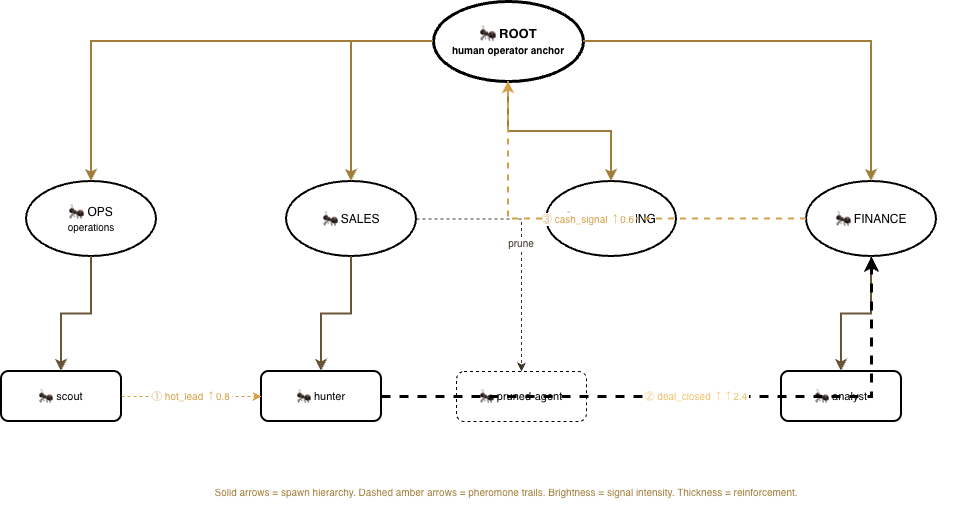
The draw.io diagram docs/diagrams/02-living-colony.png in Ranzim/ormica, before a commit. Source tidied: cells renumbered, new cells last; positions are measured from the earlier drawing's top-left corner, leaving out a move shared by most shapes. The source it was exported from:
```xml
<mxGraphModel>
  <root>
    <mxCell id="0" />
    <mxCell id="1" parent="0" />
    <mxCell id="2" value="🐜 ROOT&lt;br/&gt;&lt;font style='font-size:10px'&gt;human operator anchor&lt;/font&gt;" style="ellipse;whiteSpace=wrap;html=1;strokeWidth=3;fontSize=13;fontStyle=1;" parent="1" vertex="1">
      <mxGeometry x="432" width="150" height="80" as="geometry" />
    </mxCell>
    <mxCell id="3" value="🐜 OPS&lt;br/&gt;&lt;font style='font-size:10px'&gt;operations&lt;/font&gt;" style="ellipse;whiteSpace=wrap;html=1;strokeWidth=2;fontSize=12;" parent="1" vertex="1">
      <mxGeometry x="25" y="180" width="130" height="75" as="geometry" />
    </mxCell>
    <mxCell id="4" value="🐜 SALES" style="ellipse;whiteSpace=wrap;html=1;strokeWidth=2;fontSize=12;" parent="1" vertex="1">
      <mxGeometry x="285" y="180" width="130" height="75" as="geometry" />
    </mxCell>
    <mxCell id="5" value="🐜 MARKETING" style="ellipse;whiteSpace=wrap;html=1;strokeWidth=2;fontSize=12;" parent="1" vertex="1">
      <mxGeometry x="545" y="180" width="130" height="75" as="geometry" />
    </mxCell>
    <mxCell id="6" value="🐜 FINANCE" style="ellipse;whiteSpace=wrap;html=1;strokeWidth=2;fontSize=12;" parent="1" vertex="1">
      <mxGeometry x="805" y="180" width="130" height="75" as="geometry" />
    </mxCell>
    <mxCell id="7" style="edgeStyle=orthogonalEdgeStyle;rounded=0;strokeColor=#a07d3a;strokeWidth=2;fontColor=#a07d3a;" parent="1" edge="1" source="2" target="3">
      <mxGeometry relative="1" as="geometry" />
    </mxCell>
    <mxCell id="8" style="edgeStyle=orthogonalEdgeStyle;rounded=0;strokeColor=#a07d3a;strokeWidth=2;fontColor=#a07d3a;" parent="1" edge="1" source="2" target="4">
      <mxGeometry relative="1" as="geometry" />
    </mxCell>
    <mxCell id="9" style="edgeStyle=orthogonalEdgeStyle;rounded=0;strokeColor=#a07d3a;strokeWidth=2;fontColor=#a07d3a;" parent="1" edge="1" source="2" target="5">
      <mxGeometry relative="1" as="geometry" />
    </mxCell>
    <mxCell id="10" style="edgeStyle=orthogonalEdgeStyle;rounded=0;strokeColor=#a07d3a;strokeWidth=2;fontColor=#a07d3a;" parent="1" edge="1" source="2" target="6">
      <mxGeometry relative="1" as="geometry" />
    </mxCell>
    <mxCell id="11" value="🐜 scout" style="rounded=1;whiteSpace=wrap;html=1;strokeWidth=2;fontSize=11;" parent="1" vertex="1">
      <mxGeometry y="370" width="120" height="50" as="geometry" />
    </mxCell>
    <mxCell id="12" value="🐜 hunter" style="rounded=1;whiteSpace=wrap;html=1;strokeWidth=2;fontSize=11;" parent="1" vertex="1">
      <mxGeometry x="260" y="370" width="120" height="50" as="geometry" />
    </mxCell>
    <mxCell id="13" value="🐜 analyst" style="rounded=1;whiteSpace=wrap;html=1;strokeWidth=2;fontSize=11;" parent="1" vertex="1">
      <mxGeometry x="780" y="370" width="120" height="50" as="geometry" />
    </mxCell>
    <mxCell id="14" value="🐜 pruned-agent" style="rounded=1;whiteSpace=wrap;html=1;strokeWidth=1;fontSize=11;dashed=1;" parent="1" vertex="1">
      <mxGeometry x="455" y="370" width="130" height="50" as="geometry" />
    </mxCell>
    <mxCell id="15" style="edgeStyle=orthogonalEdgeStyle;rounded=0;strokeColor=#6b5538;strokeWidth=2;" parent="1" edge="1" source="3" target="11">
      <mxGeometry relative="1" as="geometry" />
    </mxCell>
    <mxCell id="16" style="edgeStyle=orthogonalEdgeStyle;rounded=0;strokeColor=#6b5538;strokeWidth=2;" parent="1" edge="1" source="4" target="12">
      <mxGeometry relative="1" as="geometry" />
    </mxCell>
    <mxCell id="17" style="edgeStyle=orthogonalEdgeStyle;rounded=0;strokeColor=#6b5538;strokeWidth=2;" parent="1" edge="1" source="6" target="13">
      <mxGeometry relative="1" as="geometry" />
    </mxCell>
    <mxCell id="18" value="prune" style="edgeStyle=orthogonalEdgeStyle;rounded=0;strokeColor=#3d3528;strokeWidth=1;dashed=1;fontColor=#3d3528;fontSize=10;" parent="1" edge="1" source="4" target="14">
      <mxGeometry relative="1" as="geometry" />
    </mxCell>
    <mxCell id="19" value="① hot_lead ↑0.8" style="edgeStyle=orthogonalEdgeStyle;rounded=0;strokeColor=#d4a04a;strokeWidth=1;dashed=1;fontColor=#d4a04a;fontSize=10;exitX=1;exitY=0.5;exitDx=0;exitDy=0;" parent="1" edge="1" source="11" target="12">
      <mxGeometry relative="1" as="geometry" />
    </mxCell>
    <mxCell id="20" value="② deal_closed ↑↑2.4" style="edgeStyle=orthogonalEdgeStyle;rounded=0;strokeWidth=3;dashed=1;fontColor=#f0c068;fontSize=10;" parent="1" edge="1" source="12" target="6">
      <mxGeometry relative="1" as="geometry" />
    </mxCell>
    <mxCell id="21" value="③ cash_signal ↑0.6" style="edgeStyle=orthogonalEdgeStyle;rounded=0;strokeColor=#d4a04a;strokeWidth=2;dashed=1;fontColor=#d4a04a;fontSize=10;" parent="1" edge="1" source="6" target="2">
      <mxGeometry relative="1" as="geometry" />
    </mxCell>
    <mxCell id="22" value="Solid arrows = spawn hierarchy. Dashed amber arrows = pheromone trails. Brightness = signal intensity. Thickness = reinforcement." style="text;html=1;strokeColor=none;fillColor=none;align=center;verticalAlign=middle;whiteSpace=wrap;rounded=0;fontSize=10;fontColor=#a07d3a;" parent="1" vertex="1">
      <mxGeometry x="55" y="470" width="900" height="40" as="geometry" />
    </mxCell>
  </root>
</mxGraphModel>
```
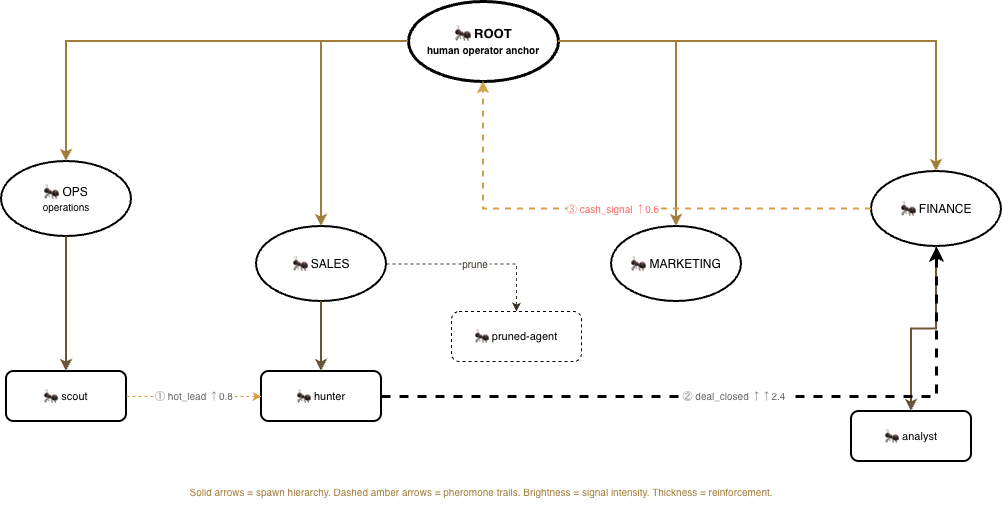
Later version of the same file.

Commit message:
docs: refresh living-colony hero diagram

Layout-only refresh of docs/diagrams/02-living-colony.png — MARKETING
is now a distinct department instead of overlapping FINANCE, and the
pruned-agent sits cleanly under SALES. All four numbered pheromone
trails preserved (① hot_lead, ② deal_closed, ③ cash_signal). Caption
in the README's "Living Colony" section still applies as written.

The edit, as a diff of the source:
```diff
@@ -6,16 +6,16 @@
       <mxGeometry x="432" width="150" height="80" as="geometry" />
     </mxCell>
     <mxCell id="3" value="🐜 OPS&lt;br/&gt;&lt;font style='font-size:10px'&gt;operations&lt;/font&gt;" style="ellipse;whiteSpace=wrap;html=1;strokeWidth=2;fontSize=12;" parent="1" vertex="1">
-      <mxGeometry x="25" y="180" width="130" height="75" as="geometry" />
+      <mxGeometry x="25" y="160" width="130" height="75" as="geometry" />
     </mxCell>
     <mxCell id="4" value="🐜 SALES" style="ellipse;whiteSpace=wrap;html=1;strokeWidth=2;fontSize=12;" parent="1" vertex="1">
-      <mxGeometry x="285" y="180" width="130" height="75" as="geometry" />
+      <mxGeometry x="280" y="225" width="130" height="75" as="geometry" />
     </mxCell>
     <mxCell id="5" value="🐜 MARKETING" style="ellipse;whiteSpace=wrap;html=1;strokeWidth=2;fontSize=12;" parent="1" vertex="1">
-      <mxGeometry x="545" y="180" width="130" height="75" as="geometry" />
+      <mxGeometry x="635" y="225" width="130" height="75" as="geometry" />
     </mxCell>
     <mxCell id="6" value="🐜 FINANCE" style="ellipse;whiteSpace=wrap;html=1;strokeWidth=2;fontSize=12;" parent="1" vertex="1">
-      <mxGeometry x="805" y="180" width="130" height="75" as="geometry" />
+      <mxGeometry x="895" y="170" width="130" height="75" as="geometry" />
     </mxCell>
     <mxCell id="7" style="edgeStyle=orthogonalEdgeStyle;rounded=0;strokeColor=#a07d3a;strokeWidth=2;fontColor=#a07d3a;" parent="1" edge="1" source="2" target="3">
       <mxGeometry relative="1" as="geometry" />
@@ -30,16 +30,16 @@
       <mxGeometry relative="1" as="geometry" />
     </mxCell>
     <mxCell id="11" value="🐜 scout" style="rounded=1;whiteSpace=wrap;html=1;strokeWidth=2;fontSize=11;" parent="1" vertex="1">
-      <mxGeometry y="370" width="120" height="50" as="geometry" />
+      <mxGeometry x="30" y="370" width="120" height="50" as="geometry" />
     </mxCell>
     <mxCell id="12" value="🐜 hunter" style="rounded=1;whiteSpace=wrap;html=1;strokeWidth=2;fontSize=11;" parent="1" vertex="1">
-      <mxGeometry x="260" y="370" width="120" height="50" as="geometry" />
+      <mxGeometry x="285" y="370" width="120" height="50" as="geometry" />
     </mxCell>
     <mxCell id="13" value="🐜 analyst" style="rounded=1;whiteSpace=wrap;html=1;strokeWidth=2;fontSize=11;" parent="1" vertex="1">
-      <mxGeometry x="780" y="370" width="120" height="50" as="geometry" />
+      <mxGeometry x="875" y="410" width="120" height="50" as="geometry" />
     </mxCell>
     <mxCell id="14" value="🐜 pruned-agent" style="rounded=1;whiteSpace=wrap;html=1;strokeWidth=1;fontSize=11;dashed=1;" parent="1" vertex="1">
-      <mxGeometry x="455" y="370" width="130" height="50" as="geometry" />
+      <mxGeometry x="475" y="310" width="130" height="50" as="geometry" />
     </mxCell>
     <mxCell id="15" style="edgeStyle=orthogonalEdgeStyle;rounded=0;strokeColor=#6b5538;strokeWidth=2;" parent="1" edge="1" source="3" target="11">
       <mxGeometry relative="1" as="geometry" />
@@ -53,13 +53,13 @@
     <mxCell id="18" value="prune" style="edgeStyle=orthogonalEdgeStyle;rounded=0;strokeColor=#3d3528;strokeWidth=1;dashed=1;fontColor=#3d3528;fontSize=10;" parent="1" edge="1" source="4" target="14">
       <mxGeometry relative="1" as="geometry" />
     </mxCell>
-    <mxCell id="19" value="① hot_lead ↑0.8" style="edgeStyle=orthogonalEdgeStyle;rounded=0;strokeColor=#d4a04a;strokeWidth=1;dashed=1;fontColor=#d4a04a;fontSize=10;exitX=1;exitY=0.5;exitDx=0;exitDy=0;" parent="1" edge="1" source="11" target="12">
+    <mxCell id="19" value="① hot_lead ↑0.8" style="edgeStyle=orthogonalEdgeStyle;rounded=0;strokeColor=#d4a04a;strokeWidth=1;dashed=1;fontColor=#666666;fontSize=10;exitX=1;exitY=0.5;exitDx=0;exitDy=0;" parent="1" edge="1" source="11" target="12">
       <mxGeometry relative="1" as="geometry" />
     </mxCell>
-    <mxCell id="20" value="② deal_closed ↑↑2.4" style="edgeStyle=orthogonalEdgeStyle;rounded=0;strokeWidth=3;dashed=1;fontColor=#f0c068;fontSize=10;" parent="1" edge="1" source="12" target="6">
+    <mxCell id="20" value="② deal_closed ↑↑2.4" style="edgeStyle=orthogonalEdgeStyle;rounded=0;strokeWidth=3;dashed=1;fontColor=#666666;fontSize=10;" parent="1" edge="1" source="12" target="6">
       <mxGeometry relative="1" as="geometry" />
     </mxCell>
-    <mxCell id="21" value="③ cash_signal ↑0.6" style="edgeStyle=orthogonalEdgeStyle;rounded=0;strokeColor=#d4a04a;strokeWidth=2;dashed=1;fontColor=#d4a04a;fontSize=10;" parent="1" edge="1" source="6" target="2">
+    <mxCell id="21" value="③ cash_signal ↑0.6" style="edgeStyle=orthogonalEdgeStyle;rounded=0;strokeColor=#d4a04a;strokeWidth=2;dashed=1;fontColor=#FF6666;fontSize=10;" parent="1" edge="1" source="6" target="2">
       <mxGeometry relative="1" as="geometry" />
     </mxCell>
     <mxCell id="22" value="Solid arrows = spawn hierarchy. Dashed amber arrows = pheromone trails. Brightness = signal intensity. Thickness = reinforcement." style="text;html=1;strokeColor=none;fillColor=none;align=center;verticalAlign=middle;whiteSpace=wrap;rounded=0;fontSize=10;fontColor=#a07d3a;" parent="1" vertex="1">
```
